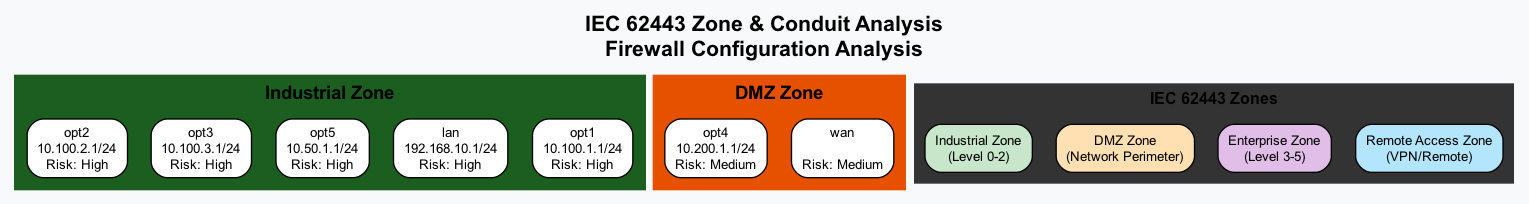
This is output/water_treatment_secure_firewall/iec62443_diagrams/iec62443_zones.png from tonylturner/cipgram, a Graphviz export, as it was before one commit. Its source is kept beside it as output/water_treatment_secure_firewall/iec62443_diagrams/iec62443_zones.dot.
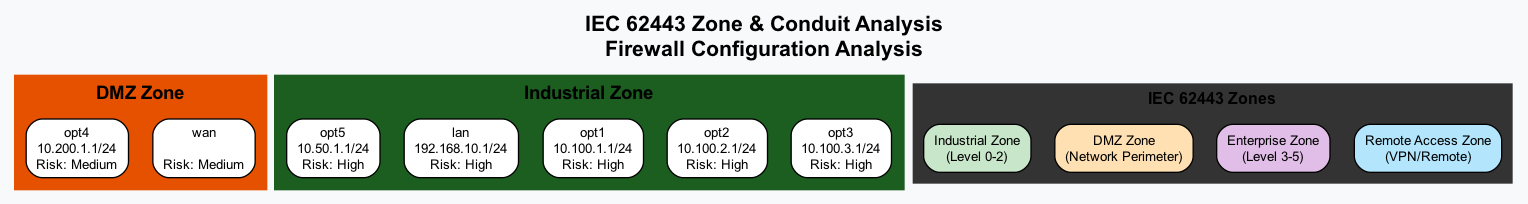
After the change.

Diff of the diagram source:
```diff
@@ -8,22 +8,6 @@
   labelloc=t;
   fontsize=16;
   fontname="Arial Bold";
-
-  subgraph cluster_Industrial_Zone {
-    label="Industrial Zone";
-    style="filled,bold";
-    bgcolor="#c8e6c9";
-    color="#1b5e20";
-    penwidth=3;
-    fontsize=14;
-    fontname="Arial Bold";
-
-    "opt2" [label="opt2\n10.100.2.1/24\nRisk: High", shape="box", style="rounded,filled", fillcolor="white"];
-    "opt3" [label="opt3\n10.100.3.1/24\nRisk: High", shape="box", style="rounded,filled", fillcolor="white"];
-    "opt5" [label="opt5\n10.50.1.1/24\nRisk: High", shape="box", style="rounded,filled", fillcolor="white"];
-    "lan" [label="lan\n192.168.10.1/24\nRisk: High", shape="box", style="rounded,filled", fillcolor="white"];
-    "opt1" [label="opt1\n10.100.1.1/24\nRisk: High", shape="box", style="rounded,filled", fillcolor="white"];
-  }
 
   subgraph cluster_DMZ_Zone {
     label="DMZ Zone";
@@ -36,6 +20,22 @@
 
     "opt4" [label="opt4\n10.200.1.1/24\nRisk: Medium", shape="box", style="rounded,filled", fillcolor="white"];
     "wan" [label="wan\n\nRisk: Medium", shape="box", style="rounded,filled", fillcolor="white"];
+  }
+
+  subgraph cluster_Industrial_Zone {
+    label="Industrial Zone";
+    style="filled,bold";
+    bgcolor="#c8e6c9";
+    color="#1b5e20";
+    penwidth=3;
+    fontsize=14;
+    fontname="Arial Bold";
+
+    "opt5" [label="opt5\n10.50.1.1/24\nRisk: High", shape="box", style="rounded,filled", fillcolor="white"];
+    "lan" [label="lan\n192.168.10.1/24\nRisk: High", shape="box", style="rounded,filled", fillcolor="white"];
+    "opt1" [label="opt1\n10.100.1.1/24\nRisk: High", shape="box", style="rounded,filled", fillcolor="white"];
+    "opt2" [label="opt2\n10.100.2.1/24\nRisk: High", shape="box", style="rounded,filled", fillcolor="white"];
+    "opt3" [label="opt3\n10.100.3.1/24\nRisk: High", shape="box", style="rounded,filled", fillcolor="white"];
   }
 
 
```
